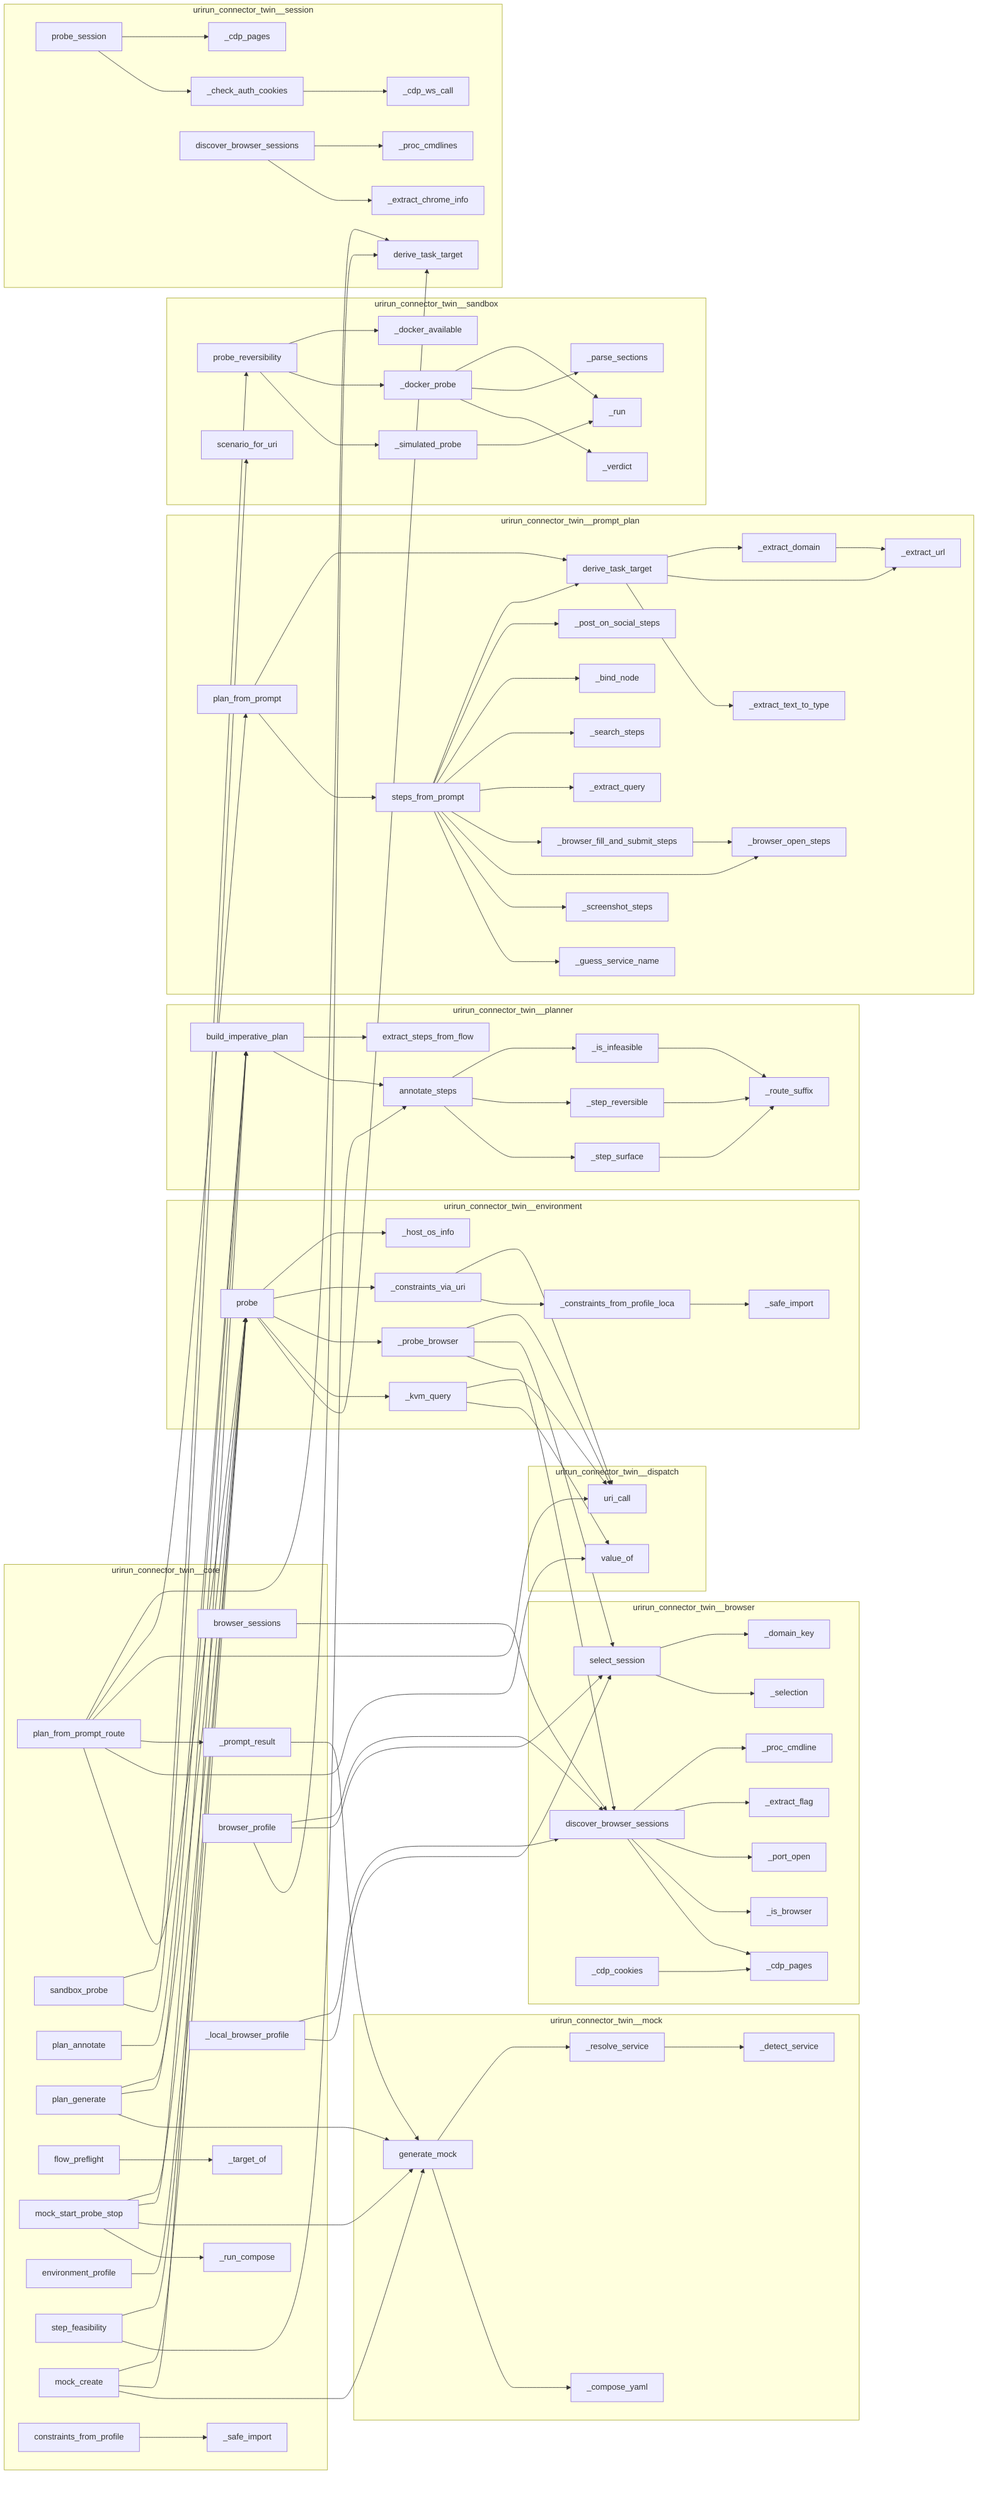
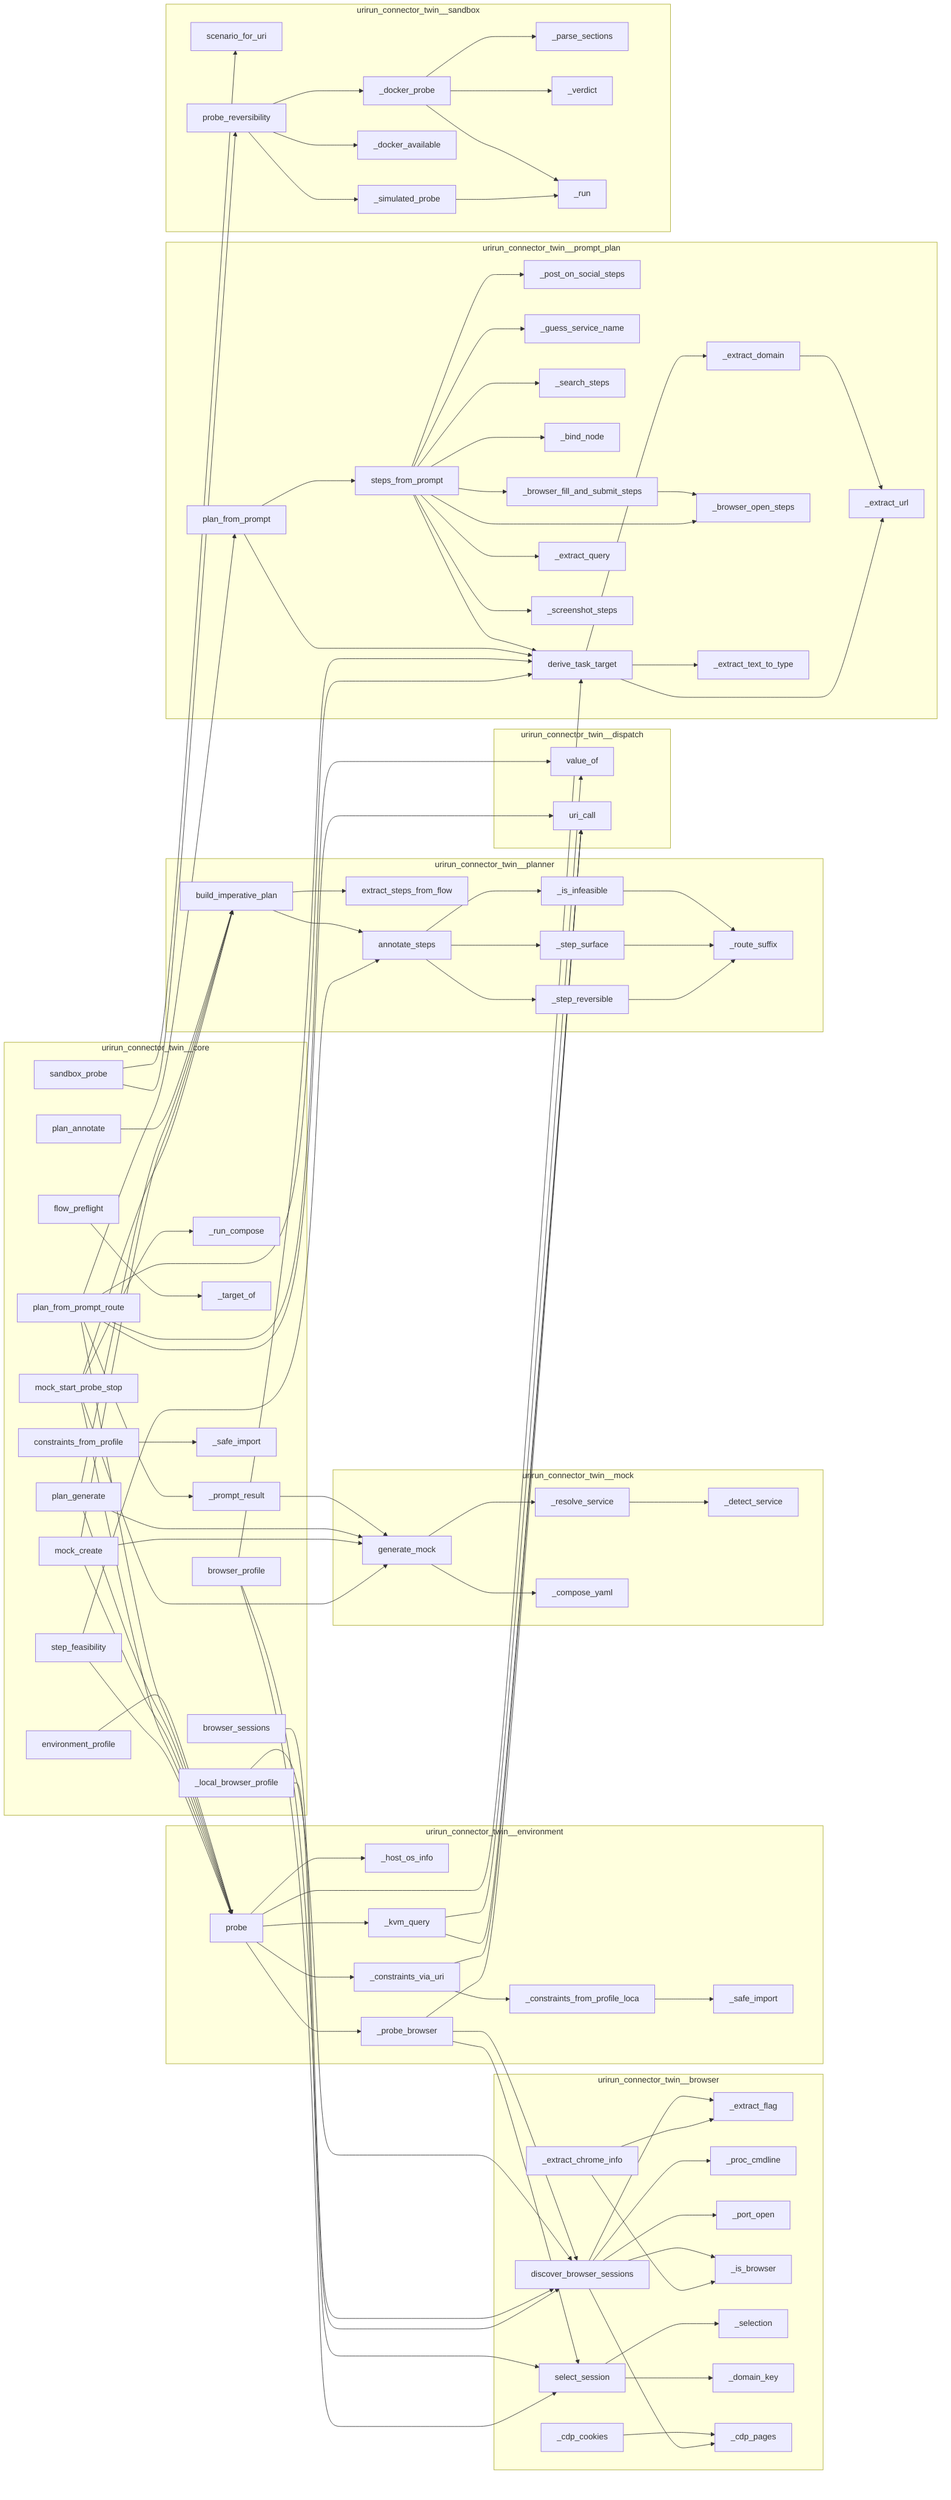
flowchart LR
%% generated in 0.00s
    subgraph urirun_connector_twin__browser
+         urirun_connector_twin__browser___extract_flag["_extract_flag"]
+         urirun_connector_twin__browser__discover_browser_sessions["discover_browser_sessions"]
        urirun_connector_twin__browser___proc_cmdline["_proc_cmdline"]
-         urirun_connector_twin__browser__discover_browser_sessions["discover_browser_sessions"]
+         urirun_connector_twin__browser___port_open["_port_open"]
+         urirun_connector_twin__browser___extract_chrome_info["_extract_chrome_info"]
+         urirun_connector_twin__browser___cdp_cookies["_cdp_cookies"]
+         urirun_connector_twin__browser__select_session["select_session"]
        urirun_connector_twin__browser___is_browser["_is_browser"]
+         urirun_connector_twin__browser___selection["_selection"]
        urirun_connector_twin__browser___domain_key["_domain_key"]
        urirun_connector_twin__browser___cdp_pages["_cdp_pages"]
-         urirun_connector_twin__browser___extract_flag["_extract_flag"]
-         urirun_connector_twin__browser___selection["_selection"]
-         urirun_connector_twin__browser__select_session["select_session"]
-         urirun_connector_twin__browser___port_open["_port_open"]
-         urirun_connector_twin__browser___cdp_cookies["_cdp_cookies"]
    end
    subgraph urirun_connector_twin__core
+         urirun_connector_twin__core__mock_start_probe_stop["mock_start_probe_stop"]
+         urirun_connector_twin__core__constraints_from_profile["constraints_from_profile"]
+         urirun_connector_twin__core__sandbox_probe["sandbox_probe"]
+         urirun_connector_twin__core__step_feasibility["step_feasibility"]
+         urirun_connector_twin__core__plan_annotate["plan_annotate"]
+         urirun_connector_twin__core___run_compose["_run_compose"]
+         urirun_connector_twin__core__plan_from_prompt_route["plan_from_prompt_route"]
+         urirun_connector_twin__core__browser_profile["browser_profile"]
+         urirun_connector_twin__core___target_of["_target_of"]
+         urirun_connector_twin__core__browser_sessions["browser_sessions"]
+         urirun_connector_twin__core__environment_profile["environment_profile"]
+         urirun_connector_twin__core__plan_generate["plan_generate"]
+         urirun_connector_twin__core___local_browser_profile["_local_browser_profile"]
+         urirun_connector_twin__core___prompt_result["_prompt_result"]
        urirun_connector_twin__core___safe_import["_safe_import"]
-         urirun_connector_twin__core__browser_sessions["browser_sessions"]
-         urirun_connector_twin__core___target_of["_target_of"]
-         urirun_connector_twin__core___prompt_result["_prompt_result"]
-         urirun_connector_twin__core__plan_from_prompt_route["plan_from_prompt_route"]
-         urirun_connector_twin__core___run_compose["_run_compose"]
-         urirun_connector_twin__core__sandbox_probe["sandbox_probe"]
-         urirun_connector_twin__core__plan_annotate["plan_annotate"]
-         urirun_connector_twin__core__plan_generate["plan_generate"]
        urirun_connector_twin__core__flow_preflight["flow_preflight"]
-         urirun_connector_twin__core__browser_profile["browser_profile"]
-         urirun_connector_twin__core__mock_start_probe_stop["mock_start_probe_stop"]
-         urirun_connector_twin__core__environment_profile["environment_profile"]
-         urirun_connector_twin__core__step_feasibility["step_feasibility"]
        urirun_connector_twin__core__mock_create["mock_create"]
-         urirun_connector_twin__core__constraints_from_profile["constraints_from_profile"]
-         urirun_connector_twin__core___local_browser_profile["_local_browser_profile"]
    end
    subgraph urirun_connector_twin__dispatch
+         urirun_connector_twin__dispatch__value_of["value_of"]
        urirun_connector_twin__dispatch__uri_call["uri_call"]
-         urirun_connector_twin__dispatch__value_of["value_of"]
    end
    subgraph urirun_connector_twin__environment
+         urirun_connector_twin__environment___safe_import["_safe_import"]
+         urirun_connector_twin__environment___host_os_info["_host_os_info"]
        urirun_connector_twin__environment___constraints_from_profile_local["_constraints_from_profile_loca"]
+         urirun_connector_twin__environment___probe_browser["_probe_browser"]
+         urirun_connector_twin__environment___kvm_query["_kvm_query"]
        urirun_connector_twin__environment__probe["probe"]
-         urirun_connector_twin__environment___safe_import["_safe_import"]
        urirun_connector_twin__environment___constraints_via_uri["_constraints_via_uri"]
-         urirun_connector_twin__environment___host_os_info["_host_os_info"]
-         urirun_connector_twin__environment___kvm_query["_kvm_query"]
-         urirun_connector_twin__environment___probe_browser["_probe_browser"]
    end
    subgraph urirun_connector_twin__mock
+         urirun_connector_twin__mock___resolve_service["_resolve_service"]
+         urirun_connector_twin__mock__generate_mock["generate_mock"]
        urirun_connector_twin__mock___compose_yaml["_compose_yaml"]
-         urirun_connector_twin__mock___resolve_service["_resolve_service"]
        urirun_connector_twin__mock___detect_service["_detect_service"]
-         urirun_connector_twin__mock__generate_mock["generate_mock"]
    end
    subgraph urirun_connector_twin__planner
-         urirun_connector_twin__planner___step_reversible["_step_reversible"]
-         urirun_connector_twin__planner___route_suffix["_route_suffix"]
-         urirun_connector_twin__planner__extract_steps_from_flow["extract_steps_from_flow"]
-         urirun_connector_twin__planner__annotate_steps["annotate_steps"]
        urirun_connector_twin__planner___step_surface["_step_surface"]
        urirun_connector_twin__planner__build_imperative_plan["build_imperative_plan"]
+         urirun_connector_twin__planner__extract_steps_from_flow["extract_steps_from_flow"]
+         urirun_connector_twin__planner___route_suffix["_route_suffix"]
        urirun_connector_twin__planner___is_infeasible["_is_infeasible"]
+         urirun_connector_twin__planner__annotate_steps["annotate_steps"]
+         urirun_connector_twin__planner___step_reversible["_step_reversible"]
    end
    subgraph urirun_connector_twin__prompt_plan
+         urirun_connector_twin__prompt_plan___extract_domain["_extract_domain"]
+         urirun_connector_twin__prompt_plan___post_on_social_steps["_post_on_social_steps"]
+         urirun_connector_twin__prompt_plan___guess_service_name["_guess_service_name"]
+         urirun_connector_twin__prompt_plan__steps_from_prompt["steps_from_prompt"]
+         urirun_connector_twin__prompt_plan___search_steps["_search_steps"]
+         urirun_connector_twin__prompt_plan___extract_url["_extract_url"]
+         urirun_connector_twin__prompt_plan___browser_open_steps["_browser_open_steps"]
        urirun_connector_twin__prompt_plan___bind_node["_bind_node"]
+         urirun_connector_twin__prompt_plan__derive_task_target["derive_task_target"]
+         urirun_connector_twin__prompt_plan___browser_fill_and_submit_steps["_browser_fill_and_submit_steps"]
+         urirun_connector_twin__prompt_plan___extract_query["_extract_query"]
        urirun_connector_twin__prompt_plan___screenshot_steps["_screenshot_steps"]
-         urirun_connector_twin__prompt_plan___post_on_social_steps["_post_on_social_steps"]
-         urirun_connector_twin__prompt_plan___browser_open_steps["_browser_open_steps"]
-         urirun_connector_twin__prompt_plan__steps_from_prompt["steps_from_prompt"]
        urirun_connector_twin__prompt_plan__plan_from_prompt["plan_from_prompt"]
-         urirun_connector_twin__prompt_plan__derive_task_target["derive_task_target"]
-         urirun_connector_twin__prompt_plan___guess_service_name["_guess_service_name"]
-         urirun_connector_twin__prompt_plan___extract_query["_extract_query"]
-         urirun_connector_twin__prompt_plan___browser_fill_and_submit_steps["_browser_fill_and_submit_steps"]
-         urirun_connector_twin__prompt_plan___extract_url["_extract_url"]
-         urirun_connector_twin__prompt_plan___search_steps["_search_steps"]
        urirun_connector_twin__prompt_plan___extract_text_to_type["_extract_text_to_type"]
-         urirun_connector_twin__prompt_plan___extract_domain["_extract_domain"]
    end
    subgraph urirun_connector_twin__sandbox
+         urirun_connector_twin__sandbox__scenario_for_uri["scenario_for_uri"]
+         urirun_connector_twin__sandbox___simulated_probe["_simulated_probe"]
+         urirun_connector_twin__sandbox___parse_sections["_parse_sections"]
+         urirun_connector_twin__sandbox___verdict["_verdict"]
        urirun_connector_twin__sandbox___run["_run"]
-         urirun_connector_twin__sandbox__scenario_for_uri["scenario_for_uri"]
        urirun_connector_twin__sandbox___docker_available["_docker_available"]
        urirun_connector_twin__sandbox__probe_reversibility["probe_reversibility"]
-         urirun_connector_twin__sandbox___parse_sections["_parse_sections"]
-         urirun_connector_twin__sandbox___simulated_probe["_simulated_probe"]
-         urirun_connector_twin__sandbox___verdict["_verdict"]
        urirun_connector_twin__sandbox___docker_probe["_docker_probe"]
-     end
-     subgraph urirun_connector_twin__session
-         urirun_connector_twin__session__probe_session["probe_session"]
-         urirun_connector_twin__session___cdp_pages["_cdp_pages"]
-         urirun_connector_twin__session___extract_chrome_info["_extract_chrome_info"]
-         urirun_connector_twin__session___proc_cmdlines["_proc_cmdlines"]
-         urirun_connector_twin__session__derive_task_target["derive_task_target"]
-         urirun_connector_twin__session___check_auth_cookies["_check_auth_cookies"]
-         urirun_connector_twin__session__discover_browser_sessions["discover_browser_sessions"]
-         urirun_connector_twin__session___cdp_ws_call["_cdp_ws_call"]
    end
    urirun_connector_twin__sandbox___docker_probe --> urirun_connector_twin__sandbox___run
    urirun_connector_twin__sandbox___docker_probe --> urirun_connector_twin__sandbox___parse_sections
    urirun_connector_twin__sandbox___docker_probe --> urirun_connector_twin__sandbox___verdict
    urirun_connector_twin__sandbox___simulated_probe --> urirun_connector_twin__sandbox___run
    urirun_connector_twin__sandbox__probe_reversibility --> urirun_connector_twin__sandbox___docker_available
    urirun_connector_twin__sandbox__probe_reversibility --> urirun_connector_twin__sandbox___docker_probe
    urirun_connector_twin__sandbox__probe_reversibility --> urirun_connector_twin__sandbox___simulated_probe
    urirun_connector_twin__mock___resolve_service --> urirun_connector_twin__mock___detect_service
    urirun_connector_twin__mock__generate_mock --> urirun_connector_twin__mock___resolve_service
    urirun_connector_twin__mock__generate_mock --> urirun_connector_twin__mock___compose_yaml
-     urirun_connector_twin__browser___cdp_cookies --> urirun_connector_twin__browser___cdp_pages
-     urirun_connector_twin__browser__discover_browser_sessions --> urirun_connector_twin__browser___proc_cmdline
-     urirun_connector_twin__browser__discover_browser_sessions --> urirun_connector_twin__browser___extract_flag
-     urirun_connector_twin__browser__discover_browser_sessions --> urirun_connector_twin__browser___port_open
-     urirun_connector_twin__browser__discover_browser_sessions --> urirun_connector_twin__browser___is_browser
-     urirun_connector_twin__browser__discover_browser_sessions --> urirun_connector_twin__browser___cdp_pages
-     urirun_connector_twin__browser__select_session --> urirun_connector_twin__browser___domain_key
-     urirun_connector_twin__browser__select_session --> urirun_connector_twin__browser___selection
    urirun_connector_twin__planner___is_infeasible --> urirun_connector_twin__planner___route_suffix
    urirun_connector_twin__planner___step_surface --> urirun_connector_twin__planner___route_suffix
    urirun_connector_twin__planner___step_reversible --> urirun_connector_twin__planner___route_suffix
    urirun_connector_twin__planner__annotate_steps --> urirun_connector_twin__planner___is_infeasible
    urirun_connector_twin__planner__annotate_steps --> urirun_connector_twin__planner___step_reversible
    urirun_connector_twin__planner__annotate_steps --> urirun_connector_twin__planner___step_surface
    urirun_connector_twin__planner__build_imperative_plan --> urirun_connector_twin__planner__extract_steps_from_flow
    urirun_connector_twin__planner__build_imperative_plan --> urirun_connector_twin__planner__annotate_steps
-     urirun_connector_twin__session__discover_browser_sessions --> urirun_connector_twin__session___proc_cmdlines
-     urirun_connector_twin__session__discover_browser_sessions --> urirun_connector_twin__session___extract_chrome_info
-     urirun_connector_twin__session___check_auth_cookies --> urirun_connector_twin__session___cdp_ws_call
-     urirun_connector_twin__session__probe_session --> urirun_connector_twin__session___cdp_pages
-     urirun_connector_twin__session__probe_session --> urirun_connector_twin__session___check_auth_cookies
    urirun_connector_twin__prompt_plan___extract_domain --> urirun_connector_twin__prompt_plan___extract_url
    urirun_connector_twin__prompt_plan___browser_fill_and_submit_steps --> urirun_connector_twin__prompt_plan___browser_open_steps
    urirun_connector_twin__prompt_plan__derive_task_target --> urirun_connector_twin__prompt_plan___extract_domain
    urirun_connector_twin__prompt_plan__derive_task_target --> urirun_connector_twin__prompt_plan___extract_url
    urirun_connector_twin__prompt_plan__derive_task_target --> urirun_connector_twin__prompt_plan___extract_text_to_type
    urirun_connector_twin__prompt_plan__steps_from_prompt --> urirun_connector_twin__prompt_plan__derive_task_target
    urirun_connector_twin__prompt_plan__steps_from_prompt --> urirun_connector_twin__prompt_plan___post_on_social_steps
    urirun_connector_twin__prompt_plan__steps_from_prompt --> urirun_connector_twin__prompt_plan___bind_node
    urirun_connector_twin__prompt_plan__steps_from_prompt --> urirun_connector_twin__prompt_plan___search_steps
    urirun_connector_twin__prompt_plan__steps_from_prompt --> urirun_connector_twin__prompt_plan___extract_query
    urirun_connector_twin__prompt_plan__steps_from_prompt --> urirun_connector_twin__prompt_plan___browser_fill_and_submit_steps
    urirun_connector_twin__prompt_plan__steps_from_prompt --> urirun_connector_twin__prompt_plan___browser_open_steps
    urirun_connector_twin__prompt_plan__steps_from_prompt --> urirun_connector_twin__prompt_plan___screenshot_steps
    urirun_connector_twin__prompt_plan__steps_from_prompt --> urirun_connector_twin__prompt_plan___guess_service_name
    urirun_connector_twin__prompt_plan__plan_from_prompt --> urirun_connector_twin__prompt_plan__derive_task_target
    urirun_connector_twin__prompt_plan__plan_from_prompt --> urirun_connector_twin__prompt_plan__steps_from_prompt
+     urirun_connector_twin__environment___kvm_query --> urirun_connector_twin__dispatch__uri_call
+     urirun_connector_twin__environment___kvm_query --> urirun_connector_twin__dispatch__value_of
+     urirun_connector_twin__environment___constraints_from_profile_local --> urirun_connector_twin__environment___safe_import
+     urirun_connector_twin__environment___constraints_via_uri --> urirun_connector_twin__dispatch__uri_call
+     urirun_connector_twin__environment___constraints_via_uri --> urirun_connector_twin__environment___constraints_from_profile_local
+     urirun_connector_twin__environment___probe_browser --> urirun_connector_twin__dispatch__uri_call
+     urirun_connector_twin__environment___probe_browser --> urirun_connector_twin__browser__select_session
+     urirun_connector_twin__environment___probe_browser --> urirun_connector_twin__browser__discover_browser_sessions
+     urirun_connector_twin__environment__probe --> urirun_connector_twin__environment___host_os_info
+     urirun_connector_twin__environment__probe --> urirun_connector_twin__environment___constraints_via_uri
+     urirun_connector_twin__environment__probe --> urirun_connector_twin__environment___probe_browser
+     urirun_connector_twin__environment__probe --> urirun_connector_twin__environment___kvm_query
+     urirun_connector_twin__environment__probe --> urirun_connector_twin__prompt_plan__derive_task_target
+     urirun_connector_twin__browser___cdp_cookies --> urirun_connector_twin__browser___cdp_pages
+     urirun_connector_twin__browser__discover_browser_sessions --> urirun_connector_twin__browser___proc_cmdline
+     urirun_connector_twin__browser__discover_browser_sessions --> urirun_connector_twin__browser___extract_flag
+     urirun_connector_twin__browser__discover_browser_sessions --> urirun_connector_twin__browser___port_open
+     urirun_connector_twin__browser__discover_browser_sessions --> urirun_connector_twin__browser___is_browser
+     urirun_connector_twin__browser__discover_browser_sessions --> urirun_connector_twin__browser___cdp_pages
+     urirun_connector_twin__browser__select_session --> urirun_connector_twin__browser___domain_key
+     urirun_connector_twin__browser__select_session --> urirun_connector_twin__browser___selection
+     urirun_connector_twin__browser___extract_chrome_info --> urirun_connector_twin__browser___extract_flag
+     urirun_connector_twin__browser___extract_chrome_info --> urirun_connector_twin__browser___is_browser
    urirun_connector_twin__core___local_browser_profile --> urirun_connector_twin__browser__discover_browser_sessions
    urirun_connector_twin__core___local_browser_profile --> urirun_connector_twin__browser__select_session
    urirun_connector_twin__core___prompt_result --> urirun_connector_twin__mock__generate_mock
    urirun_connector_twin__core__environment_profile --> urirun_connector_twin__environment__probe
    urirun_connector_twin__core__constraints_from_profile --> urirun_connector_twin__core___safe_import
    urirun_connector_twin__core__browser_sessions --> urirun_connector_twin__browser__discover_browser_sessions
    urirun_connector_twin__core__browser_profile --> urirun_connector_twin__browser__discover_browser_sessions
    urirun_connector_twin__core__browser_profile --> urirun_connector_twin__browser__select_session
-     urirun_connector_twin__core__browser_profile --> urirun_connector_twin__session__derive_task_target
-     urirun_connector_twin__core__plan_from_prompt_route --> urirun_connector_twin__session__derive_task_target
+     urirun_connector_twin__core__browser_profile --> urirun_connector_twin__prompt_plan__derive_task_target
+     urirun_connector_twin__core__plan_from_prompt_route --> urirun_connector_twin__prompt_plan__derive_task_target
    urirun_connector_twin__core__plan_from_prompt_route --> urirun_connector_twin__prompt_plan__plan_from_prompt
    urirun_connector_twin__core__plan_from_prompt_route --> urirun_connector_twin__dispatch__uri_call
    urirun_connector_twin__core__plan_from_prompt_route --> urirun_connector_twin__core___prompt_result
    urirun_connector_twin__core__plan_from_prompt_route --> urirun_connector_twin__dispatch__value_of
    urirun_connector_twin__core__plan_from_prompt_route --> urirun_connector_twin__environment__probe
    urirun_connector_twin__core__plan_annotate --> urirun_connector_twin__planner__build_imperative_plan
    urirun_connector_twin__core__plan_generate --> urirun_connector_twin__environment__probe
    urirun_connector_twin__core__plan_generate --> urirun_connector_twin__planner__build_imperative_plan
    urirun_connector_twin__core__plan_generate --> urirun_connector_twin__mock__generate_mock
    urirun_connector_twin__core__mock_create --> urirun_connector_twin__environment__probe
    urirun_connector_twin__core__mock_create --> urirun_connector_twin__planner__build_imperative_plan
    urirun_connector_twin__core__mock_create --> urirun_connector_twin__mock__generate_mock
    urirun_connector_twin__core__mock_start_probe_stop --> urirun_connector_twin__environment__probe
    urirun_connector_twin__core__mock_start_probe_stop --> urirun_connector_twin__planner__build_imperative_plan
    urirun_connector_twin__core__mock_start_probe_stop --> urirun_connector_twin__mock__generate_mock
    urirun_connector_twin__core__mock_start_probe_stop --> urirun_connector_twin__core___run_compose
    urirun_connector_twin__core__step_feasibility --> urirun_connector_twin__environment__probe
    urirun_connector_twin__core__step_feasibility --> urirun_connector_twin__planner__annotate_steps
    urirun_connector_twin__core__sandbox_probe --> urirun_connector_twin__sandbox__probe_reversibility
    urirun_connector_twin__core__sandbox_probe --> urirun_connector_twin__sandbox__scenario_for_uri
    urirun_connector_twin__core__flow_preflight --> urirun_connector_twin__core___target_of
-     urirun_connector_twin__environment___kvm_query --> urirun_connector_twin__dispatch__uri_call
-     urirun_connector_twin__environment___kvm_query --> urirun_connector_twin__dispatch__value_of
-     urirun_connector_twin__environment___constraints_from_profile_local --> urirun_connector_twin__environment___safe_import
-     urirun_connector_twin__environment___constraints_via_uri --> urirun_connector_twin__dispatch__uri_call
-     urirun_connector_twin__environment___constraints_via_uri --> urirun_connector_twin__environment___constraints_from_profile_local
-     urirun_connector_twin__environment___probe_browser --> urirun_connector_twin__dispatch__uri_call
-     urirun_connector_twin__environment___probe_browser --> urirun_connector_twin__browser__select_session
-     urirun_connector_twin__environment___probe_browser --> urirun_connector_twin__browser__discover_browser_sessions
-     urirun_connector_twin__environment__probe --> urirun_connector_twin__environment___host_os_info
-     urirun_connector_twin__environment__probe --> urirun_connector_twin__environment___constraints_via_uri
-     urirun_connector_twin__environment__probe --> urirun_connector_twin__environment___probe_browser
-     urirun_connector_twin__environment__probe --> urirun_connector_twin__environment___kvm_query
-     urirun_connector_twin__environment__probe --> urirun_connector_twin__session__derive_task_target
